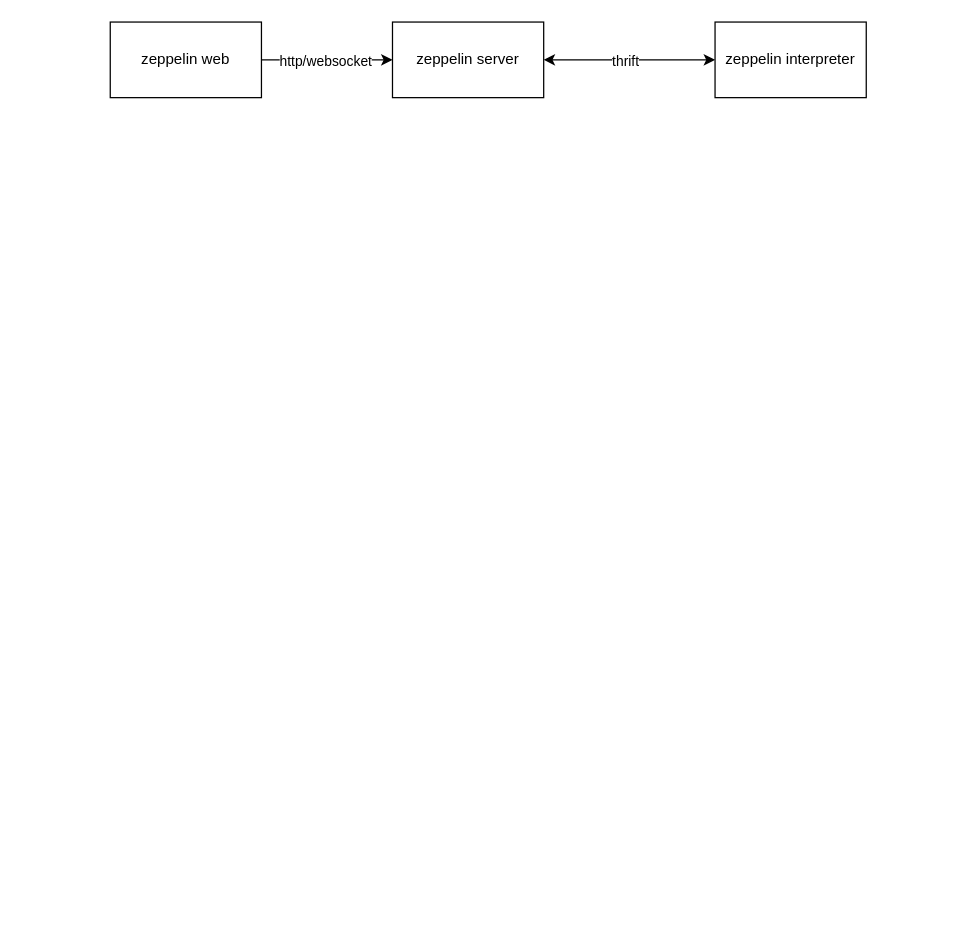
Above: Untitled Diagram.drawio in allendang001/charts (draw.io), before the change. Source tidied: cells renumbered, new cells numbered last; positions are measured from the earlier drawing's top-left corner, leaving out a move shared by most shapes. Both pictures are drawn from the tidied source at 126%, with x=0, y=0 at pixel (110, 21).
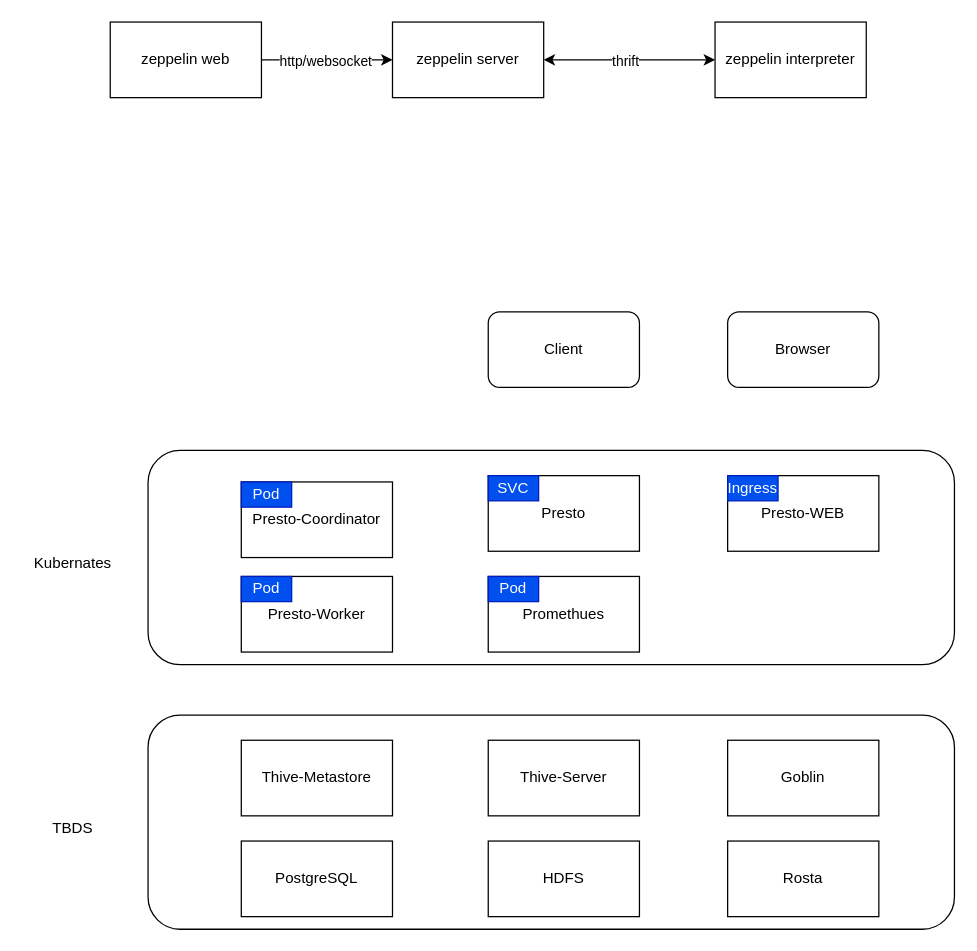
After the change.

The edit, as a diff of the source:
```diff
@@
+    <mxCell id="9" style="rounded=1;whiteSpace=wrap;html=1;fillColor=none;" parent="1" vertex="1">
+      <mxGeometry x="30" y="340" width="640" height="170" as="geometry" />
+    </mxCell>
+    <mxCell id="10" style="rounded=1;whiteSpace=wrap;html=1;fillColor=none;" parent="1" vertex="1">
+      <mxGeometry x="30" y="550" width="640" height="170" as="geometry" />
+    </mxCell>
+    <mxCell id="11" style="group;" parent="1" vertex="1">
+      <mxGeometry x="104" y="365" width="120" height="60" as="geometry" />
+    </mxCell>
+    <mxCell id="12" value="Presto-Coordinator" style="rounded=0;whiteSpace=wrap;html=1;fillColor=none;" parent="11" vertex="1">
+      <mxGeometry width="120" height="60" as="geometry" />
+    </mxCell>
+    <mxCell id="13" value="Pod" style="rounded=0;whiteSpace=wrap;html=1;fillColor=#0050ef;strokeColor=#001DBC;fontColor=#ffffff;" parent="11" vertex="1">
+      <mxGeometry width="40" height="20" as="geometry" />
+    </mxCell>
+    <mxCell id="14" style="group;" parent="1" vertex="1">
+      <mxGeometry x="104" y="440" width="120" height="60" as="geometry" />
+    </mxCell>
+    <mxCell id="15" value="Presto-Worker" style="rounded=0;whiteSpace=wrap;html=1;fillColor=none;" parent="14" vertex="1">
+      <mxGeometry width="120" height="60" as="geometry" />
+    </mxCell>
+    <mxCell id="16" value="Pod" style="rounded=0;whiteSpace=wrap;html=1;fillColor=#0050ef;strokeColor=#001DBC;fontColor=#ffffff;" parent="14" vertex="1">
+      <mxGeometry width="40" height="20" as="geometry" />
+    </mxCell>
+    <mxCell id="17" style="group;" parent="1" vertex="1">
+      <mxGeometry x="300" y="440" width="120" height="60" as="geometry" />
+    </mxCell>
+    <mxCell id="18" value="Promethues" style="rounded=0;whiteSpace=wrap;html=1;fillColor=none;" parent="17" vertex="1">
+      <mxGeometry width="120" height="60" as="geometry" />
+    </mxCell>
+    <mxCell id="19" value="Pod" style="rounded=0;whiteSpace=wrap;html=1;fillColor=#0050ef;strokeColor=#001DBC;fontColor=#ffffff;" parent="17" vertex="1">
+      <mxGeometry width="40" height="20" as="geometry" />
+    </mxCell>
+    <mxCell id="20" style="group;" parent="1" vertex="1">
+      <mxGeometry x="300" y="360" width="120" height="60" as="geometry" />
+    </mxCell>
+    <mxCell id="21" value="Presto" style="rounded=0;whiteSpace=wrap;html=1;fillColor=none;" parent="20" vertex="1">
+      <mxGeometry width="120" height="60" as="geometry" />
+    </mxCell>
+    <mxCell id="22" value="SVC" style="rounded=0;whiteSpace=wrap;html=1;fillColor=#0050ef;strokeColor=#001DBC;fontColor=#ffffff;" parent="20" vertex="1">
+      <mxGeometry width="40" height="20" as="geometry" />
+    </mxCell>
+    <mxCell id="23" value="Kubernates" style="text;html=1;align=center;verticalAlign=middle;strokeColor=none;fillColor=none;" parent="1" vertex="1">
+      <mxGeometry x="-70" y="420" width="80" height="20" as="geometry" />
+    </mxCell>
+    <mxCell id="24" value="HDFS" style="rounded=0;whiteSpace=wrap;html=1;fillColor=none;" parent="1" vertex="1">
+      <mxGeometry x="300" y="650" width="120" height="60" as="geometry" />
+    </mxCell>
+    <mxCell id="25" value="Thive-Server" style="rounded=0;whiteSpace=wrap;html=1;fillColor=none;" parent="1" vertex="1">
+      <mxGeometry x="300" y="570" width="120" height="60" as="geometry" />
+    </mxCell>
+    <mxCell id="26" value="PostgreSQL" style="rounded=0;whiteSpace=wrap;html=1;fillColor=none;" parent="1" vertex="1">
+      <mxGeometry x="104" y="650" width="120" height="60" as="geometry" />
+    </mxCell>
+    <mxCell id="27" value="Thive-Metastore" style="rounded=0;whiteSpace=wrap;html=1;fillColor=none;" parent="1" vertex="1">
+      <mxGeometry x="104" y="570" width="120" height="60" as="geometry" />
+    </mxCell>
+    <mxCell id="28" value="TBDS" style="text;html=1;align=center;verticalAlign=middle;strokeColor=none;fillColor=none;" parent="1" vertex="1">
+      <mxGeometry x="-55" y="630" width="50" height="20" as="geometry" />
+    </mxCell>
+    <mxCell id="29" value="Goblin" style="rounded=0;whiteSpace=wrap;html=1;fillColor=none;" parent="1" vertex="1">
+      <mxGeometry x="490" y="570" width="120" height="60" as="geometry" />
+    </mxCell>
+    <mxCell id="30" value="Rosta" style="rounded=0;whiteSpace=wrap;html=1;fillColor=none;" parent="1" vertex="1">
+      <mxGeometry x="490" y="650" width="120" height="60" as="geometry" />
+    </mxCell>
+    <mxCell id="31" style="group;" parent="1" vertex="1">
+      <mxGeometry x="490" y="360" width="120" height="60" as="geometry" />
+    </mxCell>
+    <mxCell id="32" value="Presto-WEB" style="rounded=0;whiteSpace=wrap;html=1;fillColor=none;" parent="31" vertex="1">
+      <mxGeometry width="120" height="60" as="geometry" />
+    </mxCell>
+    <mxCell id="33" value="Ingress" style="rounded=0;whiteSpace=wrap;html=1;fillColor=#0050ef;strokeColor=#001DBC;fontColor=#ffffff;" parent="31" vertex="1">
+      <mxGeometry width="40" height="20" as="geometry" />
+    </mxCell>
+    <mxCell id="34" value="Client" style="rounded=1;whiteSpace=wrap;html=1;fillColor=none;" parent="1" vertex="1">
+      <mxGeometry x="300" y="230" width="120" height="60" as="geometry" />
+    </mxCell>
+    <mxCell id="35" value="Browser" style="rounded=1;whiteSpace=wrap;html=1;fillColor=none;" parent="1" vertex="1">
+      <mxGeometry x="490" y="230" width="120" height="60" as="geometry" />
+    </mxCell>
```
